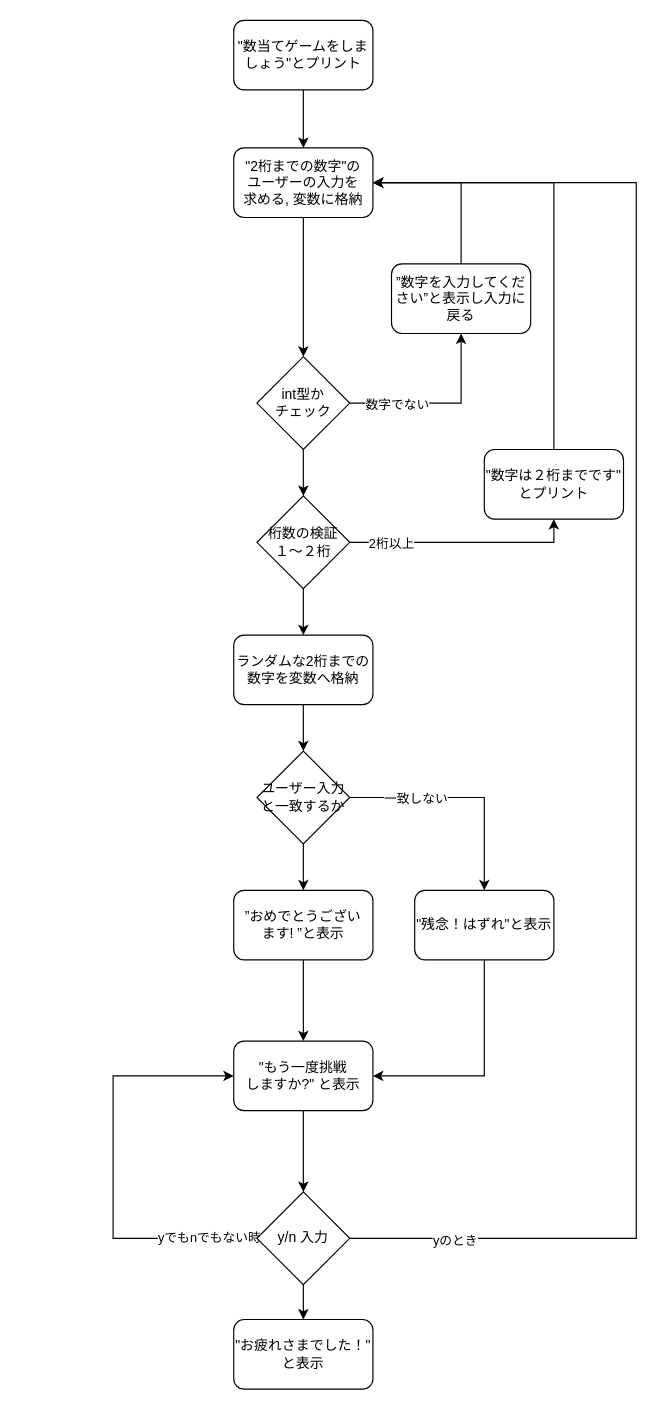
The draw.io diagram 3.drawio in Rumia-Channel/Programing_Enshu_1, before the edit. Source tidied: cells renumbered, new cells numbered last; positions are measured from the earlier drawing's top-left corner, leaving out a move shared by most shapes. Both pictures are drawn from the tidied source at 116%, with x=0, y=0 at pixel (113, 20).
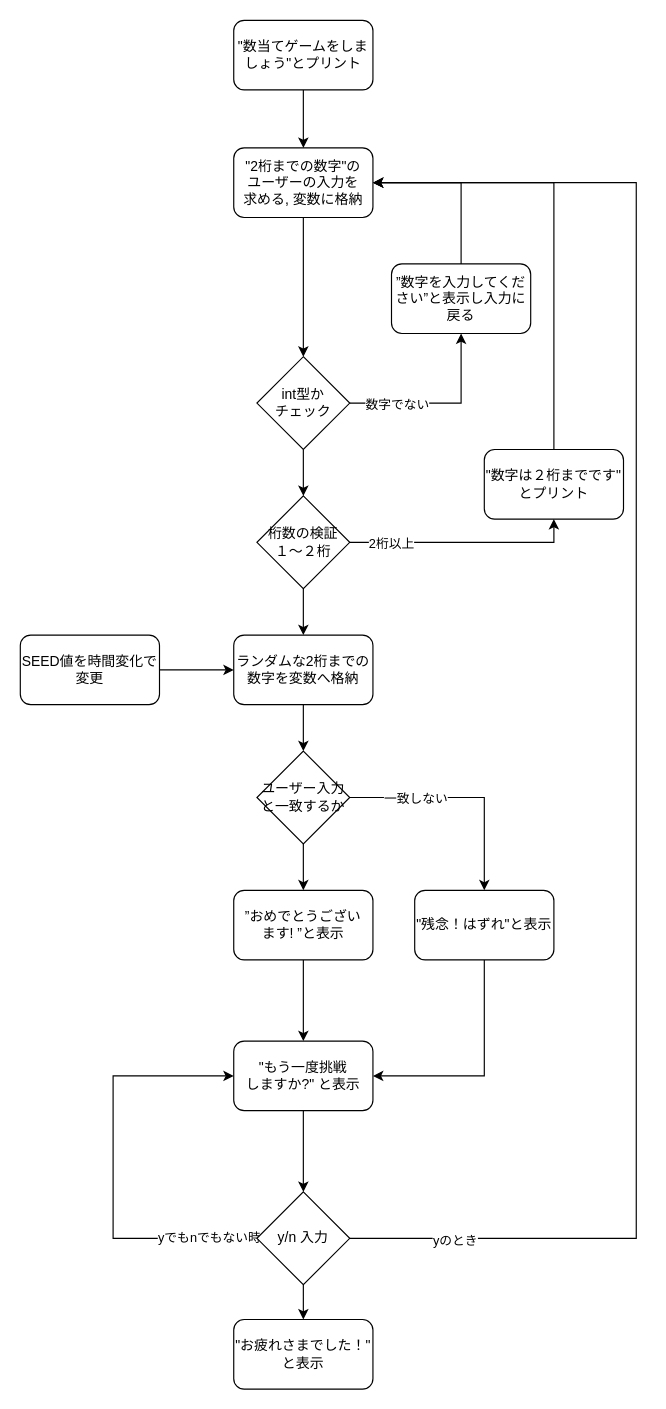
The same diagram, later.

Commit message:
3.drawio を更新します

The change refers to these unchanged cells:
```xml
<mxCell id="17" value="ランダムな2桁までの数字を変数へ格納" style="rounded=1;whiteSpace=wrap;html=1;" parent="1" vertex="1">
  <mxGeometry x="104" y="530" width="120" height="60" as="geometry" />
</mxCell>
```

The edit, as a diff of the source:
```diff
@@
+    <mxCell id="37" style="edgeStyle=orthogonalEdgeStyle;rounded=0;jettySize=auto;html=1;entryX=0;entryY=0.5;entryDx=0;entryDy=0;" parent="1" edge="1" source="38" target="17">
+      <mxGeometry relative="1" as="geometry" />
+    </mxCell>
+    <mxCell id="38" value="SEED値を時間変化で&lt;div&gt;変更&lt;/div&gt;" style="rounded=1;whiteSpace=wrap;html=1;" parent="1" vertex="1">
+      <mxGeometry x="-80" y="530" width="120" height="60" as="geometry" />
+    </mxCell>
```
